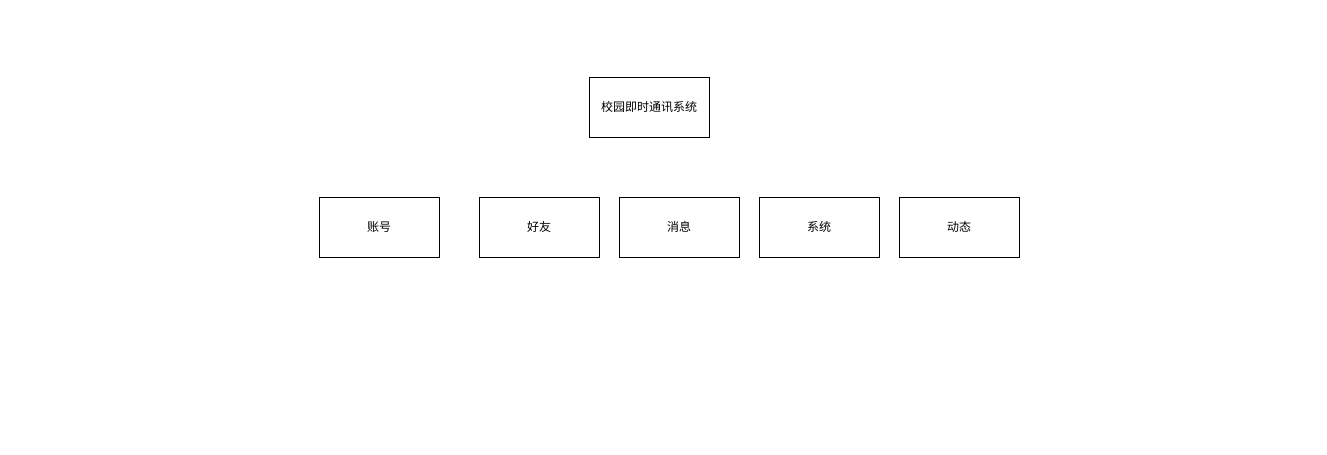
Before: 未命名绘图.drawio in kkiiidd/demo1, a draw.io diagram. Source tidied: cells renumbered, new cells numbered last; positions are measured from the earlier drawing's top-left corner, leaving out a move shared by most shapes. Both pictures are drawn from the tidied source at 100%, with x=0, y=0 at pixel (319, 77).
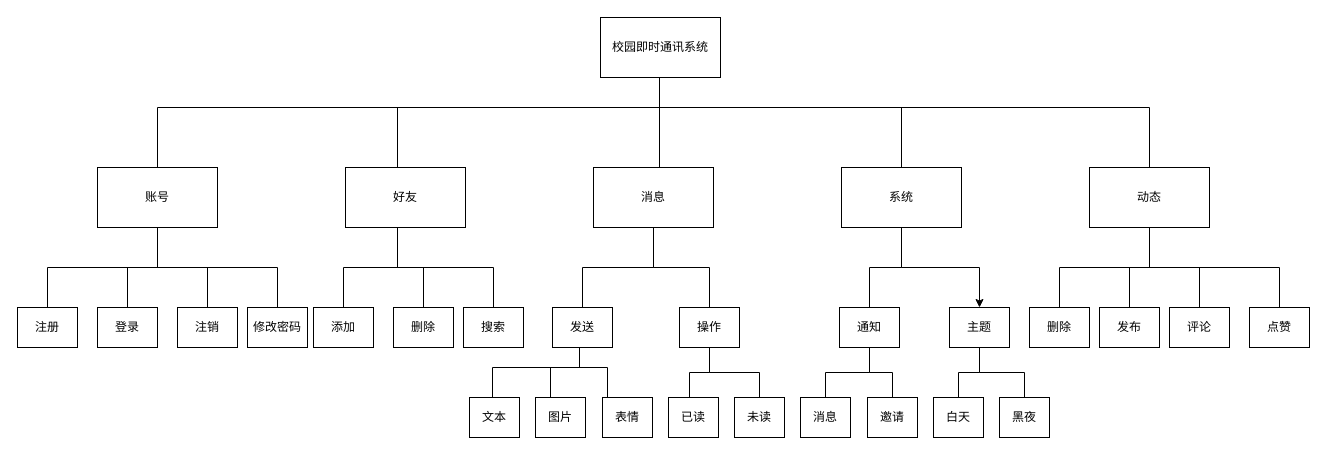
The same diagram, later.

Commit message (it also covers changes not shown here):
更新未命名绘图.drawio

Diff of the diagram source:
```diff
@@
+    <mxCell id="9" style="edgeStyle=orthogonalEdgeStyle;rounded=0;jettySize=auto;html=1;entryX=0.5;entryY=0;entryDx=0;entryDy=0;strokeColor=default;endArrow=none;endFill=0;" parent="1" edge="1" source="2" target="5">
+      <mxGeometry relative="1" as="geometry">
+        <Array as="points">
+          <mxPoint x="340" y="30" />
+          <mxPoint x="78" y="30" />
+          <mxPoint x="78" y="90" />
+        </Array>
+      </mxGeometry>
+    </mxCell>
+    <mxCell id="10" style="edgeStyle=orthogonalEdgeStyle;rounded=0;jettySize=auto;html=1;entryX=0.5;entryY=0;entryDx=0;entryDy=0;strokeColor=default;endArrow=none;endFill=0;" parent="1" edge="1" source="2" target="6">
+      <mxGeometry relative="1" as="geometry">
+        <Array as="points">
+          <mxPoint x="340" y="90" />
+        </Array>
+      </mxGeometry>
+    </mxCell>
+    <mxCell id="11" style="edgeStyle=orthogonalEdgeStyle;rounded=0;jettySize=auto;html=1;strokeColor=default;endArrow=none;endFill=0;" parent="1" edge="1" source="2" target="8">
+      <mxGeometry relative="1" as="geometry">
+        <Array as="points">
+          <mxPoint x="340" y="30" />
+          <mxPoint x="830" y="30" />
+        </Array>
+      </mxGeometry>
+    </mxCell>
+    <mxCell id="12" style="edgeStyle=orthogonalEdgeStyle;rounded=0;jettySize=auto;html=1;entryX=0.5;entryY=0;entryDx=0;entryDy=0;strokeColor=default;endArrow=none;endFill=0;" parent="1" edge="1" source="2" target="4">
+      <mxGeometry relative="1" as="geometry">
+        <Array as="points">
+          <mxPoint x="340" y="30" />
+          <mxPoint x="-162" y="30" />
+        </Array>
+      </mxGeometry>
+    </mxCell>
+    <mxCell id="13" style="edgeStyle=orthogonalEdgeStyle;rounded=0;jettySize=auto;html=1;endArrow=none;endFill=0;" parent="1" edge="1" source="2" target="7">
+      <mxGeometry relative="1" as="geometry">
+        <Array as="points">
+          <mxPoint x="340" y="30" />
+          <mxPoint x="582" y="30" />
+        </Array>
+      </mxGeometry>
+    </mxCell>
-    <mxCell id="2" value="校园即时通讯系统" style="rounded=0;whiteSpace=wrap;html=1;" parent="1" vertex="1">
-      <mxGeometry x="270" width="120" height="60" as="geometry" />
+    <mxCell id="2" value="校园即时通讯系统" style="rounded=0;whiteSpace=wrap;html=1;strokeColor=default;" parent="1" vertex="1">
+      <mxGeometry x="281" y="-60" width="120" height="60" as="geometry" />
     </mxCell>
-    <mxCell id="3" style="edgeStyle=orthogonalEdgeStyle;rounded=0;orthogonalLoop=1;jettySize=auto;html=1;exitX=0.5;exitY=1;exitDx=0;exitDy=0;" parent="1" edge="1" source="2" target="2">
+    <mxCell id="3" style="edgeStyle=orthogonalEdgeStyle;rounded=0;orthogonalLoop=1;jettySize=auto;html=1;exitX=0.5;exitY=1;exitDx=0;exitDy=0;strokeColor=default;" parent="1" edge="1" source="2" target="2">
       <mxGeometry relative="1" as="geometry" />
     </mxCell>
+    <mxCell id="14" style="edgeStyle=orthogonalEdgeStyle;rounded=0;jettySize=auto;html=1;strokeColor=default;endArrow=none;endFill=0;" parent="1" edge="1" source="4" target="29">
+      <mxGeometry relative="1" as="geometry">
+        <Array as="points">
+          <mxPoint x="-162" y="190" />
+          <mxPoint x="-272" y="190" />
+        </Array>
+      </mxGeometry>
+    </mxCell>
+    <mxCell id="15" style="edgeStyle=orthogonalEdgeStyle;rounded=0;jettySize=auto;html=1;entryX=0.5;entryY=0;entryDx=0;entryDy=0;strokeColor=default;endArrow=none;endFill=0;" parent="1" edge="1" source="4" target="30">
+      <mxGeometry relative="1" as="geometry">
+        <Array as="points">
+          <mxPoint x="-162" y="190" />
+          <mxPoint x="-192" y="190" />
+        </Array>
+      </mxGeometry>
+    </mxCell>
+    <mxCell id="16" style="edgeStyle=orthogonalEdgeStyle;rounded=0;jettySize=auto;html=1;entryX=0.5;entryY=0;entryDx=0;entryDy=0;strokeColor=default;endArrow=none;endFill=0;" parent="1" edge="1" source="4" target="31">
+      <mxGeometry relative="1" as="geometry">
+        <Array as="points">
+          <mxPoint x="-162" y="190" />
+          <mxPoint x="-112" y="190" />
+        </Array>
+      </mxGeometry>
+    </mxCell>
+    <mxCell id="17" style="edgeStyle=orthogonalEdgeStyle;rounded=0;jettySize=auto;html=1;entryX=0.5;entryY=0;entryDx=0;entryDy=0;strokeColor=default;endArrow=none;endFill=0;" parent="1" edge="1" source="4" target="32">
+      <mxGeometry relative="1" as="geometry">
+        <Array as="points">
+          <mxPoint x="-162" y="190" />
+          <mxPoint x="-42" y="190" />
+        </Array>
+      </mxGeometry>
+    </mxCell>
-    <mxCell id="4" value="账号" style="rounded=0;whiteSpace=wrap;html=1;" parent="1" vertex="1">
-      <mxGeometry y="120" width="120" height="60" as="geometry" />
+    <mxCell id="4" value="账号" style="rounded=0;whiteSpace=wrap;html=1;strokeColor=default;" parent="1" vertex="1">
+      <mxGeometry x="-222" y="90" width="120" height="60" as="geometry" />
     </mxCell>
+    <mxCell id="18" style="edgeStyle=orthogonalEdgeStyle;rounded=0;jettySize=auto;html=1;entryX=0.5;entryY=0;entryDx=0;entryDy=0;strokeColor=default;endArrow=none;endFill=0;" parent="1" edge="1" source="5" target="33">
+      <mxGeometry relative="1" as="geometry">
+        <Array as="points">
+          <mxPoint x="78" y="190" />
+          <mxPoint x="24" y="190" />
+        </Array>
+      </mxGeometry>
+    </mxCell>
+    <mxCell id="19" style="edgeStyle=orthogonalEdgeStyle;rounded=0;jettySize=auto;html=1;strokeColor=default;endArrow=none;endFill=0;" parent="1" edge="1" source="5" target="34">
+      <mxGeometry relative="1" as="geometry">
+        <Array as="points">
+          <mxPoint x="78" y="190" />
+          <mxPoint x="104" y="190" />
+        </Array>
+      </mxGeometry>
+    </mxCell>
+    <mxCell id="20" style="edgeStyle=orthogonalEdgeStyle;rounded=0;jettySize=auto;html=1;strokeColor=default;endArrow=none;endFill=0;" parent="1" edge="1" source="5" target="35">
+      <mxGeometry relative="1" as="geometry">
+        <Array as="points">
+          <mxPoint x="78" y="190" />
+          <mxPoint x="174" y="190" />
+        </Array>
+      </mxGeometry>
+    </mxCell>
-    <mxCell id="5" value="好友" style="rounded=0;whiteSpace=wrap;html=1;" parent="1" vertex="1">
-      <mxGeometry x="160" y="120" width="120" height="60" as="geometry" />
+    <mxCell id="5" value="好友" style="rounded=0;whiteSpace=wrap;html=1;strokeColor=default;" parent="1" vertex="1">
+      <mxGeometry x="26" y="90" width="120" height="60" as="geometry" />
     </mxCell>
+    <mxCell id="21" style="edgeStyle=orthogonalEdgeStyle;rounded=0;jettySize=auto;html=1;entryX=0.5;entryY=0;entryDx=0;entryDy=0;strokeColor=default;endArrow=none;endFill=0;" parent="1" edge="1" source="6" target="39">
+      <mxGeometry relative="1" as="geometry" />
+    </mxCell>
+    <mxCell id="22" style="edgeStyle=orthogonalEdgeStyle;rounded=0;jettySize=auto;html=1;strokeColor=default;endArrow=none;endFill=0;" parent="1" edge="1" source="6" target="42">
+      <mxGeometry relative="1" as="geometry" />
+    </mxCell>
-    <mxCell id="6" value="消息" style="rounded=0;whiteSpace=wrap;html=1;" parent="1" vertex="1">
-      <mxGeometry x="300" y="120" width="120" height="60" as="geometry" />
+    <mxCell id="6" value="消息" style="rounded=0;whiteSpace=wrap;html=1;strokeColor=default;" parent="1" vertex="1">
+      <mxGeometry x="274" y="90" width="120" height="60" as="geometry" />
     </mxCell>
+    <mxCell id="23" style="edgeStyle=orthogonalEdgeStyle;rounded=0;jettySize=auto;html=1;entryX=0.5;entryY=0;entryDx=0;entryDy=0;strokeColor=default;endArrow=none;endFill=0;" parent="1" edge="1" source="7" target="45">
+      <mxGeometry relative="1" as="geometry">
+        <Array as="points">
+          <mxPoint x="582" y="190" />
+          <mxPoint x="550" y="190" />
+        </Array>
+      </mxGeometry>
+    </mxCell>
+    <mxCell id="24" style="edgeStyle=orthogonalEdgeStyle;rounded=0;jettySize=auto;html=1;strokeColor=default;" parent="1" edge="1" source="7" target="48">
+      <mxGeometry relative="1" as="geometry" />
+    </mxCell>
-    <mxCell id="7" value="系统" style="rounded=0;whiteSpace=wrap;html=1;" parent="1" vertex="1">
-      <mxGeometry x="440" y="120" width="120" height="60" as="geometry" />
+    <mxCell id="7" value="系统" style="rounded=0;whiteSpace=wrap;html=1;strokeColor=default;" parent="1" vertex="1">
+      <mxGeometry x="522" y="90" width="120" height="60" as="geometry" />
     </mxCell>
+    <mxCell id="25" style="edgeStyle=orthogonalEdgeStyle;rounded=0;jettySize=auto;html=1;entryX=0.5;entryY=0;entryDx=0;entryDy=0;strokeColor=default;endArrow=none;endFill=0;" parent="1" edge="1" source="8" target="49">
+      <mxGeometry relative="1" as="geometry" />
+    </mxCell>
+    <mxCell id="26" style="edgeStyle=orthogonalEdgeStyle;rounded=0;jettySize=auto;html=1;strokeColor=default;endArrow=none;endFill=0;" parent="1" edge="1" source="8" target="50">
+      <mxGeometry relative="1" as="geometry" />
+    </mxCell>
+    <mxCell id="27" style="edgeStyle=orthogonalEdgeStyle;rounded=0;jettySize=auto;html=1;strokeColor=default;endArrow=none;endFill=0;" parent="1" edge="1" source="8" target="52">
+      <mxGeometry relative="1" as="geometry">
+        <Array as="points">
+          <mxPoint x="830" y="190" />
+          <mxPoint x="960" y="190" />
+        </Array>
+      </mxGeometry>
+    </mxCell>
+    <mxCell id="28" style="edgeStyle=orthogonalEdgeStyle;rounded=0;jettySize=auto;html=1;strokeColor=default;endArrow=none;endFill=0;" parent="1" edge="1" source="8" target="51">
+      <mxGeometry relative="1" as="geometry" />
+    </mxCell>
-    <mxCell id="8" value="动态" style="rounded=0;whiteSpace=wrap;html=1;" parent="1" vertex="1">
-      <mxGeometry x="580" y="120" width="120" height="60" as="geometry" />
+    <mxCell id="8" value="动态" style="rounded=0;whiteSpace=wrap;html=1;strokeColor=default;" parent="1" vertex="1">
+      <mxGeometry x="770" y="90" width="120" height="60" as="geometry" />
     </mxCell>
+    <mxCell id="29" value="注册" style="rounded=0;whiteSpace=wrap;html=1;strokeColor=default;" parent="1" vertex="1">
+      <mxGeometry x="-302" y="230" width="60" height="40" as="geometry" />
+    </mxCell>
+    <mxCell id="30" value="登录" style="rounded=0;whiteSpace=wrap;html=1;strokeColor=default;" parent="1" vertex="1">
+      <mxGeometry x="-222" y="230" width="60" height="40" as="geometry" />
+    </mxCell>
+    <mxCell id="31" value="注销" style="rounded=0;whiteSpace=wrap;html=1;strokeColor=default;" parent="1" vertex="1">
+      <mxGeometry x="-142" y="230" width="60" height="40" as="geometry" />
+    </mxCell>
+    <mxCell id="32" value="修改密码" style="rounded=0;whiteSpace=wrap;html=1;strokeColor=default;" parent="1" vertex="1">
+      <mxGeometry x="-72" y="230" width="60" height="40" as="geometry" />
+    </mxCell>
+    <mxCell id="33" value="添加" style="rounded=0;whiteSpace=wrap;html=1;strokeColor=default;" parent="1" vertex="1">
+      <mxGeometry x="-6" y="230" width="60" height="40" as="geometry" />
+    </mxCell>
+    <mxCell id="34" value="删除" style="rounded=0;whiteSpace=wrap;html=1;strokeColor=default;" parent="1" vertex="1">
+      <mxGeometry x="74" y="230" width="60" height="40" as="geometry" />
+    </mxCell>
+    <mxCell id="35" value="搜索" style="rounded=0;whiteSpace=wrap;html=1;strokeColor=default;" parent="1" vertex="1">
+      <mxGeometry x="144" y="230" width="60" height="40" as="geometry" />
+    </mxCell>
+    <mxCell id="36" style="edgeStyle=orthogonalEdgeStyle;rounded=0;jettySize=auto;html=1;strokeColor=default;endArrow=none;endFill=0;" parent="1" edge="1" source="39" target="53">
+      <mxGeometry relative="1" as="geometry">
+        <Array as="points">
+          <mxPoint x="260" y="290" />
+          <mxPoint x="173" y="290" />
+        </Array>
+      </mxGeometry>
+    </mxCell>
+    <mxCell id="37" style="edgeStyle=orthogonalEdgeStyle;rounded=0;jettySize=auto;html=1;entryX=0.5;entryY=0;entryDx=0;entryDy=0;strokeColor=default;endArrow=none;endFill=0;" parent="1" edge="1" source="39" target="54">
+      <mxGeometry relative="1" as="geometry">
+        <Array as="points">
+          <mxPoint x="260" y="290" />
+          <mxPoint x="231" y="290" />
+          <mxPoint x="231" y="320" />
+        </Array>
+      </mxGeometry>
+    </mxCell>
+    <mxCell id="38" style="edgeStyle=orthogonalEdgeStyle;rounded=0;jettySize=auto;html=1;strokeColor=default;endArrow=none;endFill=0;" parent="1" edge="1" source="39" target="55">
+      <mxGeometry relative="1" as="geometry">
+        <Array as="points">
+          <mxPoint x="260" y="290" />
+          <mxPoint x="288" y="290" />
+        </Array>
+      </mxGeometry>
+    </mxCell>
+    <mxCell id="39" value="发送" style="rounded=0;whiteSpace=wrap;html=1;strokeColor=default;" parent="1" vertex="1">
+      <mxGeometry x="233" y="230" width="60" height="40" as="geometry" />
+    </mxCell>
+    <mxCell id="40" style="edgeStyle=orthogonalEdgeStyle;rounded=0;jettySize=auto;html=1;entryX=0.75;entryY=0;entryDx=0;entryDy=0;strokeColor=default;endArrow=none;endFill=0;" parent="1" edge="1" source="42" target="56">
+      <mxGeometry relative="1" as="geometry">
+        <Array as="points">
+          <mxPoint x="390" y="295" />
+          <mxPoint x="370" y="295" />
+          <mxPoint x="370" y="320" />
+        </Array>
+      </mxGeometry>
+    </mxCell>
+    <mxCell id="41" style="edgeStyle=orthogonalEdgeStyle;rounded=0;jettySize=auto;html=1;entryX=0.5;entryY=0;entryDx=0;entryDy=0;strokeColor=default;endArrow=none;endFill=0;" parent="1" edge="1" source="42" target="57">
+      <mxGeometry relative="1" as="geometry" />
+    </mxCell>
+    <mxCell id="42" value="操作" style="rounded=0;whiteSpace=wrap;html=1;strokeColor=default;" parent="1" vertex="1">
+      <mxGeometry x="360" y="230" width="60" height="40" as="geometry" />
+    </mxCell>
+    <mxCell id="43" style="edgeStyle=orthogonalEdgeStyle;rounded=0;jettySize=auto;html=1;entryX=0.5;entryY=0;entryDx=0;entryDy=0;strokeColor=default;endArrow=none;endFill=0;" parent="1" edge="1" source="45" target="58">
+      <mxGeometry relative="1" as="geometry" />
+    </mxCell>
+    <mxCell id="44" style="edgeStyle=orthogonalEdgeStyle;rounded=0;jettySize=auto;html=1;strokeColor=default;endArrow=none;endFill=0;" parent="1" edge="1" source="45" target="59">
+      <mxGeometry relative="1" as="geometry" />
+    </mxCell>
+    <mxCell id="45" value="通知" style="rounded=0;whiteSpace=wrap;html=1;strokeColor=default;" parent="1" vertex="1">
+      <mxGeometry x="520" y="230" width="60" height="40" as="geometry" />
+    </mxCell>
+    <mxCell id="46" style="edgeStyle=orthogonalEdgeStyle;rounded=0;jettySize=auto;html=1;strokeColor=default;endArrow=none;endFill=0;" parent="1" edge="1" source="48" target="60">
+      <mxGeometry relative="1" as="geometry" />
+    </mxCell>
+    <mxCell id="47" style="edgeStyle=orthogonalEdgeStyle;rounded=0;jettySize=auto;html=1;entryX=0.5;entryY=0;entryDx=0;entryDy=0;strokeColor=default;endArrow=none;endFill=0;" parent="1" edge="1" source="48" target="61">
+      <mxGeometry relative="1" as="geometry" />
+    </mxCell>
+    <mxCell id="48" value="主题" style="rounded=0;whiteSpace=wrap;html=1;strokeColor=default;" parent="1" vertex="1">
+      <mxGeometry x="630" y="230" width="60" height="40" as="geometry" />
+    </mxCell>
+    <mxCell id="49" value="删除" style="rounded=0;whiteSpace=wrap;html=1;strokeColor=default;" parent="1" vertex="1">
+      <mxGeometry x="710" y="230" width="60" height="40" as="geometry" />
+    </mxCell>
+    <mxCell id="50" value="发布" style="rounded=0;whiteSpace=wrap;html=1;strokeColor=default;" parent="1" vertex="1">
+      <mxGeometry x="780" y="230" width="60" height="40" as="geometry" />
+    </mxCell>
+    <mxCell id="51" value="评论" style="rounded=0;whiteSpace=wrap;html=1;strokeColor=default;" parent="1" vertex="1">
+      <mxGeometry x="850" y="230" width="60" height="40" as="geometry" />
+    </mxCell>
+    <mxCell id="52" value="点赞" style="rounded=0;whiteSpace=wrap;html=1;strokeColor=default;" parent="1" vertex="1">
+      <mxGeometry x="930" y="230" width="60" height="40" as="geometry" />
+    </mxCell>
+    <mxCell id="53" value="文本" style="rounded=0;whiteSpace=wrap;html=1;flipH=1;strokeColor=default;" parent="1" vertex="1">
+      <mxGeometry x="150" y="320" width="50" height="40" as="geometry" />
+    </mxCell>
+    <mxCell id="54" value="图片" style="rounded=0;whiteSpace=wrap;html=1;flipH=1;strokeColor=default;" parent="1" vertex="1">
+      <mxGeometry x="216" y="320" width="50" height="40" as="geometry" />
+    </mxCell>
+    <mxCell id="55" value="表情" style="rounded=0;whiteSpace=wrap;html=1;flipH=1;strokeColor=default;" parent="1" vertex="1">
+      <mxGeometry x="283" y="320" width="50" height="40" as="geometry" />
+    </mxCell>
+    <mxCell id="56" value="已读" style="rounded=0;whiteSpace=wrap;html=1;flipH=1;strokeColor=default;" parent="1" vertex="1">
+      <mxGeometry x="349" y="320" width="50" height="40" as="geometry" />
+    </mxCell>
+    <mxCell id="57" value="未读" style="rounded=0;whiteSpace=wrap;html=1;flipH=1;strokeColor=default;" parent="1" vertex="1">
+      <mxGeometry x="415" y="320" width="50" height="40" as="geometry" />
+    </mxCell>
+    <mxCell id="58" value="消息" style="rounded=0;whiteSpace=wrap;html=1;flipH=1;strokeColor=default;" parent="1" vertex="1">
+      <mxGeometry x="481" y="320" width="50" height="40" as="geometry" />
+    </mxCell>
+    <mxCell id="59" value="邀请" style="rounded=0;whiteSpace=wrap;html=1;flipH=1;strokeColor=default;" parent="1" vertex="1">
+      <mxGeometry x="548" y="320" width="50" height="40" as="geometry" />
+    </mxCell>
+    <mxCell id="60" value="白天" style="rounded=0;whiteSpace=wrap;html=1;flipH=1;strokeColor=default;" parent="1" vertex="1">
+      <mxGeometry x="614" y="320" width="50" height="40" as="geometry" />
+    </mxCell>
+    <mxCell id="61" value="黑夜" style="rounded=0;whiteSpace=wrap;html=1;flipH=1;strokeColor=default;" parent="1" vertex="1">
+      <mxGeometry x="680" y="320" width="50" height="40" as="geometry" />
+    </mxCell>
```
